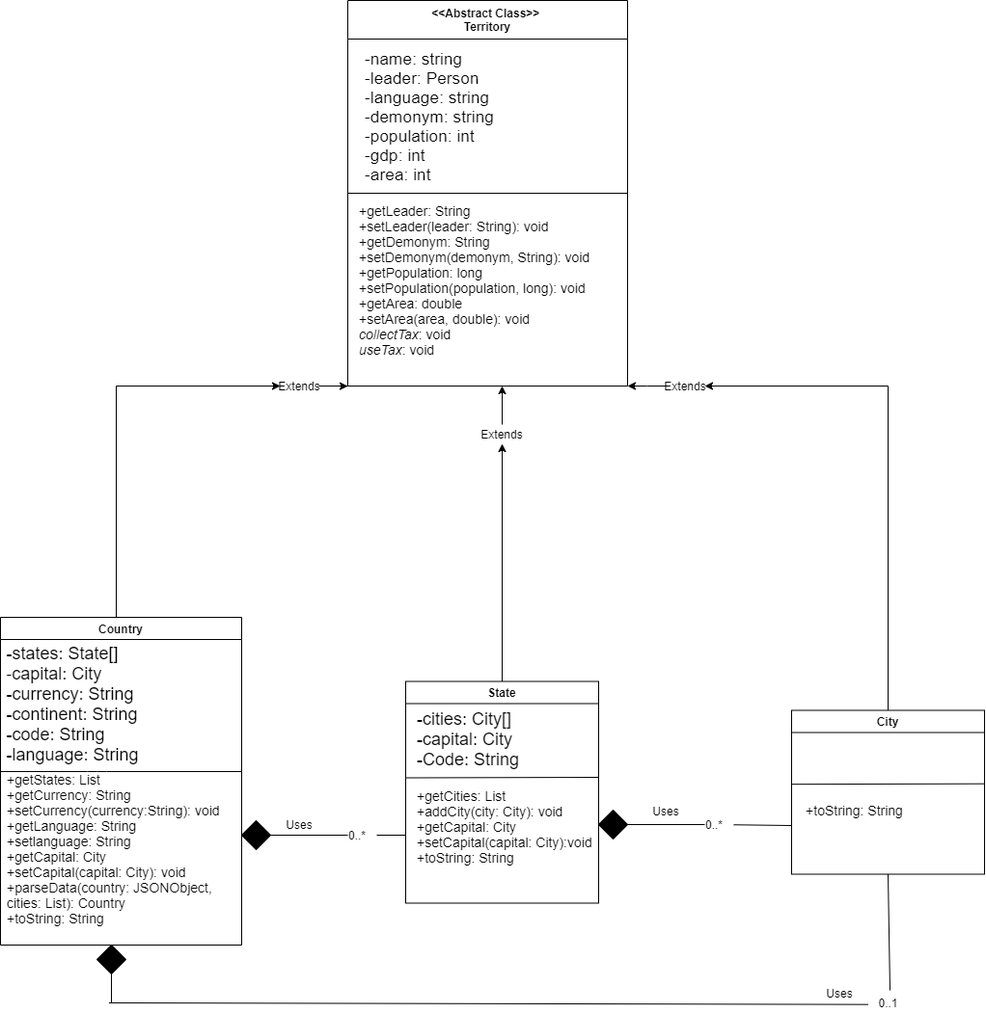
Earlier version of the draw.io export Data-Structs/UML diagrams/Low_Lvl.png (98ZhaoJeffrey/ICS4U). Source tidied: cells renumbered, new cells last; positions are measured from the earlier drawing's top-left corner, leaving out a move shared by most shapes.
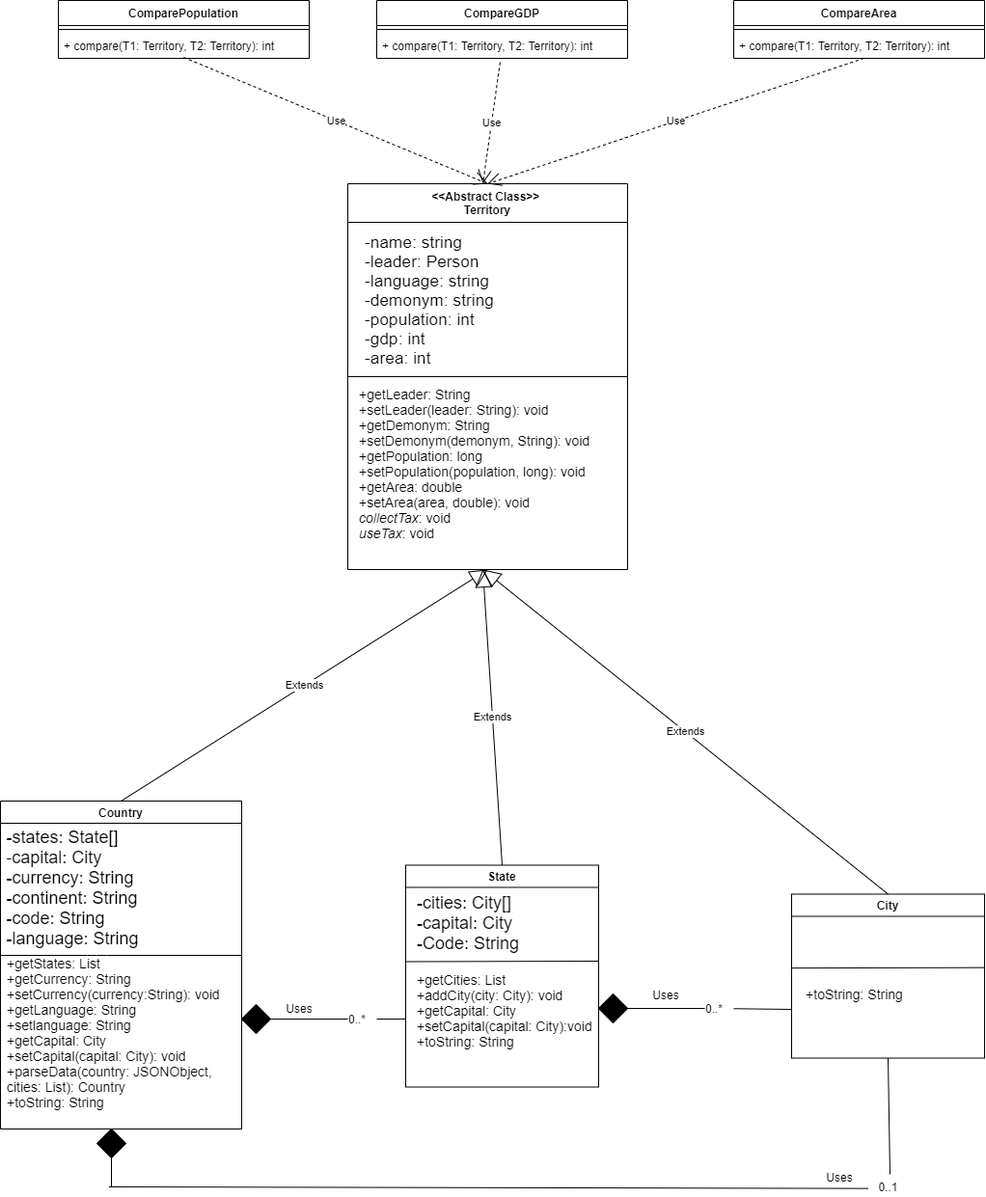
After the change.

Commit message:
fixed uml diagram

What changed in the source:
```diff
@@ -20,14 +20,6 @@
     <mxCell id="6" style="rhombus;whiteSpace=wrap;html=1;fillColor=#000000;" parent="1" vertex="1">
       <mxGeometry x="250" y="851" width="30" height="30" as="geometry" />
     </mxCell>
-    <mxCell id="7" style="edgeStyle=orthogonalEdgeStyle;rounded=0;jettySize=auto;html=1;" parent="1" edge="1" source="8">
-      <mxGeometry relative="1" as="geometry">
-        <mxPoint x="290" y="400" as="targetPoint" />
-        <Array as="points">
-          <mxPoint x="120" y="400" />
-        </Array>
-      </mxGeometry>
-    </mxCell>
     <mxCell id="8" value="Country" style="swimlane;whiteSpace=wrap;" parent="1" vertex="1">
       <mxGeometry y="640" width="250" height="340" as="geometry" />
     </mxCell>
@@ -46,9 +38,6 @@
     <mxCell id="11" value="&lt;font style=&quot;font-size: 14px&quot;&gt;+getStates: List&lt;br&gt;+getCurrency: String&lt;br&gt;+setCurrency(currency:String): void&lt;br&gt;+getLanguage: String&lt;br&gt;+setlanguage: String&lt;br&gt;+getCapital: City&lt;br&gt;+setCapital(capital: City): void&lt;br&gt;+parseData(country: JSONObject, cities: List): Country&lt;br&gt;+toString: String&lt;br&gt;&lt;/font&gt;" style="text;html=1;strokeColor=none;fillColor=none;align=left;verticalAlign=middle;whiteSpace=wrap;rounded=0;" parent="8" vertex="1">
       <mxGeometry x="5" y="230" width="245" height="20" as="geometry" />
     </mxCell>
-    <mxCell id="12" style="edgeStyle=orthogonalEdgeStyle;rounded=0;jettySize=auto;html=1;exitX=0.5;exitY=0;exitDx=0;exitDy=0;entryX=0.5;entryY=1;entryDx=0;entryDy=0;" parent="1" edge="1" source="13" target="39">
-      <mxGeometry relative="1" as="geometry" />
-    </mxCell>
     <mxCell id="13" value="State" style="swimlane;whiteSpace=wrap;" parent="1" vertex="1">
       <mxGeometry x="420" y="706.5" width="200" height="230" as="geometry" />
     </mxCell>
@@ -64,14 +53,6 @@
     <mxCell id="16" value="&lt;font style=&quot;font-size: 14px&quot;&gt;+getCities: List&lt;br&gt;+addCity(city: City): void&lt;br&gt;+getCapital: City&lt;br&gt;+setCapital(capital: City):void&lt;br&gt;+toString: String&lt;/font&gt;&lt;br&gt;" style="text;html=1;align=left;verticalAlign=middle;" parent="13" vertex="1">
       <mxGeometry x="10" y="110" width="200" height="80" as="geometry" />
     </mxCell>
-    <mxCell id="17" style="edgeStyle=orthogonalEdgeStyle;rounded=0;jettySize=auto;html=1;exitX=0.5;exitY=0;exitDx=0;exitDy=0;" parent="1" edge="1" source="18">
-      <mxGeometry relative="1" as="geometry">
-        <mxPoint x="730" y="400" as="targetPoint" />
-        <Array as="points">
-          <mxPoint x="920" y="400" />
-        </Array>
-      </mxGeometry>
-    </mxCell>
     <mxCell id="18" value="City" style="swimlane;whiteSpace=wrap;" parent="1" vertex="1">
       <mxGeometry x="820" y="736.5" width="200" height="170" as="geometry" />
     </mxCell>
@@ -141,32 +122,56 @@
     <mxCell id="35" value="Uses" style="text;html=1;strokeColor=none;fillColor=none;align=center;verticalAlign=middle;whiteSpace=wrap;rounded=0;" parent="1" vertex="1">
       <mxGeometry x="850" y="1020" width="40" height="20" as="geometry" />
     </mxCell>
-    <mxCell id="36" style="edgeStyle=orthogonalEdgeStyle;rounded=0;jettySize=auto;html=1;exitX=1;exitY=0.5;exitDx=0;exitDy=0;" parent="1" edge="1" source="37">
-      <mxGeometry relative="1" as="geometry">
-        <mxPoint x="360" y="400.2" as="targetPoint" />
-      </mxGeometry>
-    </mxCell>
-    <mxCell id="37" value="Extends" style="text;html=1;strokeColor=none;fillColor=none;align=center;verticalAlign=middle;whiteSpace=wrap;rounded=0;" parent="1" vertex="1">
-      <mxGeometry x="290" y="390" width="40" height="20" as="geometry" />
-    </mxCell>
-    <mxCell id="38" style="edgeStyle=orthogonalEdgeStyle;rounded=0;jettySize=auto;html=1;exitX=0.5;exitY=0;exitDx=0;exitDy=0;" parent="1" edge="1" source="39">
-      <mxGeometry relative="1" as="geometry">
-        <mxPoint x="520" y="400" as="targetPoint" />
-      </mxGeometry>
-    </mxCell>
-    <mxCell id="39" value="Extends" style="text;html=1;strokeColor=none;fillColor=none;align=center;verticalAlign=middle;whiteSpace=wrap;rounded=0;" parent="1" vertex="1">
-      <mxGeometry x="500" y="440" width="40" height="20" as="geometry" />
-    </mxCell>
-    <mxCell id="40" style="edgeStyle=orthogonalEdgeStyle;rounded=0;jettySize=auto;html=1;entryX=1;entryY=1;entryDx=0;entryDy=0;" parent="1" edge="1" source="41" target="2">
-      <mxGeometry relative="1" as="geometry">
-        <Array as="points">
-          <mxPoint x="670" y="400" />
-          <mxPoint x="670" y="400" />
-        </Array>
-      </mxGeometry>
-    </mxCell>
-    <mxCell id="41" value="Extends" style="text;html=1;strokeColor=none;fillColor=none;align=center;verticalAlign=middle;whiteSpace=wrap;rounded=0;" parent="1" vertex="1">
-      <mxGeometry x="690" y="390" width="40" height="20" as="geometry" />
-    </mxCell>
+    <mxCell id="42" value=" ComparePopulation" style="swimlane;fontStyle=1;align=center;verticalAlign=top;horizontal=1;startSize=26;" parent="1" vertex="1">
+      <mxGeometry x="60" y="-190" width="260" height="60" as="geometry" />
+    </mxCell>
+    <mxCell id="43" style="line;strokeWidth=1;fillColor=none;align=left;verticalAlign=middle;spacingTop=-1;spacingLeft=3;spacingRight=3;labelPosition=right;" parent="42" vertex="1">
+      <mxGeometry y="26" width="260" height="8" as="geometry" />
+    </mxCell>
+    <mxCell id="44" value="+ compare(T1: Territory, T2: Territory): int" style="text;strokeColor=none;fillColor=none;align=left;verticalAlign=top;spacingLeft=4;spacingRight=4;overflow=hidden;points=[[0,0.5],[1,0.5]];portConstraint=eastwest;" parent="42" vertex="1">
+      <mxGeometry y="34" width="260" height="26" as="geometry" />
+    </mxCell>
+    <mxCell id="45" value=" CompareGDP" style="swimlane;fontStyle=1;align=center;verticalAlign=top;horizontal=1;startSize=26;" parent="1" vertex="1">
+      <mxGeometry x="390" y="-190" width="260" height="60" as="geometry" />
+    </mxCell>
+    <mxCell id="46" style="line;strokeWidth=1;fillColor=none;align=left;verticalAlign=middle;spacingTop=-1;spacingLeft=3;spacingRight=3;labelPosition=right;" parent="45" vertex="1">
+      <mxGeometry y="26" width="260" height="8" as="geometry" />
+    </mxCell>
+    <mxCell id="47" value="+ compare(T1: Territory, T2: Territory): int" style="text;strokeColor=none;fillColor=none;align=left;verticalAlign=top;spacingLeft=4;spacingRight=4;overflow=hidden;points=[[0,0.5],[1,0.5]];portConstraint=eastwest;" parent="45" vertex="1">
+      <mxGeometry y="34" width="260" height="26" as="geometry" />
+    </mxCell>
+    <mxCell id="48" value=" CompareArea" style="swimlane;fontStyle=1;align=center;verticalAlign=top;horizontal=1;startSize=26;" parent="1" vertex="1">
+      <mxGeometry x="760" y="-190" width="260" height="60" as="geometry" />
+    </mxCell>
+    <mxCell id="49" style="line;strokeWidth=1;fillColor=none;align=left;verticalAlign=middle;spacingTop=-1;spacingLeft=3;spacingRight=3;labelPosition=right;" parent="48" vertex="1">
+      <mxGeometry y="26" width="260" height="8" as="geometry" />
+    </mxCell>
+    <mxCell id="50" value="+ compare(T1: Territory, T2: Territory): int" style="text;strokeColor=none;fillColor=none;align=left;verticalAlign=top;spacingLeft=4;spacingRight=4;overflow=hidden;points=[[0,0.5],[1,0.5]];portConstraint=eastwest;" parent="48" vertex="1">
+      <mxGeometry y="34" width="260" height="26" as="geometry" />
+    </mxCell>
+    <mxCell id="51" value="Use" style="endArrow=open;endSize=12;dashed=1;html=1;exitX=0.5;exitY=0.962;exitDx=0;exitDy=0;exitPerimeter=0;entryX=0.5;entryY=0;entryDx=0;entryDy=0;" parent="1" edge="1" source="44" target="2">
+      <mxGeometry relative="1" as="geometry" />
+    </mxCell>
+    <mxCell id="52" value="Use" style="endArrow=open;endSize=12;dashed=1;html=1;exitX=0.492;exitY=1.154;exitDx=0;exitDy=0;exitPerimeter=0;" parent="1" edge="1" source="47">
+      <mxGeometry relative="1" as="geometry">
+        <mxPoint x="500" as="targetPoint" />
+      </mxGeometry>
+    </mxCell>
+    <mxCell id="53" value="Use" style="endArrow=open;endSize=12;dashed=1;html=1;entryX=0.5;entryY=0;entryDx=0;entryDy=0;exitX=0.519;exitY=1;exitDx=0;exitDy=0;exitPerimeter=0;" parent="1" edge="1" source="50" target="2">
+      <mxGeometry relative="1" as="geometry" />
+    </mxCell>
+    <mxCell id="54" value="Extends" style="endArrow=block;endSize=16;endFill=0;html=1;exitX=0.5;exitY=0;exitDx=0;exitDy=0;entryX=0.5;entryY=1;entryDx=0;entryDy=0;" parent="1" edge="1" source="8" target="2">
+      <mxGeometry relative="1" as="geometry" />
+    </mxCell>
+    <mxCell id="55" value="Extends" style="endArrow=block;endSize=16;endFill=0;html=1;exitX=0.5;exitY=0;exitDx=0;exitDy=0;" parent="1" edge="1" source="13">
+      <mxGeometry relative="1" as="geometry">
+        <mxPoint x="500" y="400" as="targetPoint" />
+      </mxGeometry>
+    </mxCell>
+    <mxCell id="56" value="Extends" style="endArrow=block;endSize=16;endFill=0;html=1;exitX=0.5;exitY=0;exitDx=0;exitDy=0;" parent="1" edge="1" source="18">
+      <mxGeometry relative="1" as="geometry">
+        <mxPoint x="500" y="400" as="targetPoint" />
+      </mxGeometry>
+    </mxCell>
   </root>
 </mxGraphModel>
```
